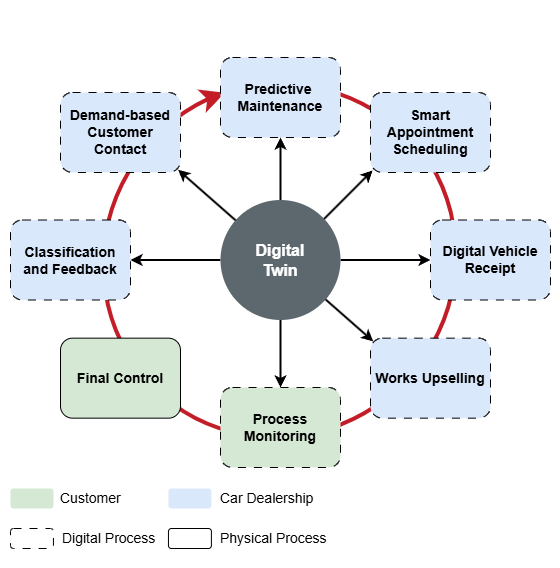
JoelRai07/Digital-Twins-and-PdM keeps this draw.io diagram as pictures/Lifecycle Aftersales future.png. Above is the earlier version. Source tidied: cells renumbered, new cells last; positions are measured from the earlier drawing's top-left corner, leaving out a move shared by most shapes.
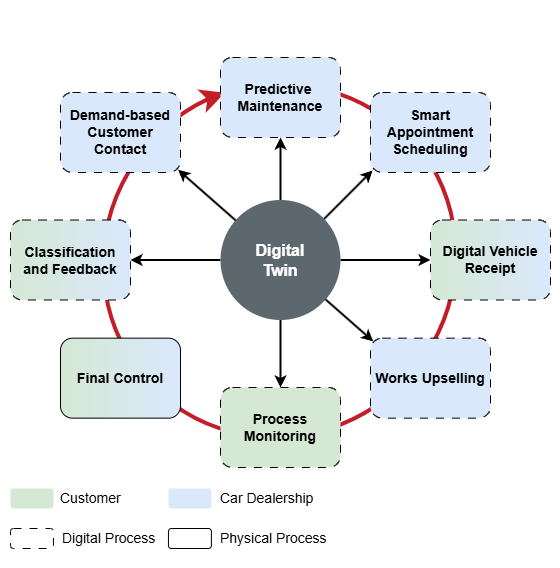
Later version of the same file.

Diff of the diagram source:
```diff
@@ -20,22 +20,22 @@
     <mxCell id="7" value="&lt;span style=&quot;font-size: 14px;&quot;&gt;&lt;b&gt;Smart Appointment Scheduling&lt;/b&gt;&lt;/span&gt;" style="rounded=1;whiteSpace=wrap;html=1;strokeColor=light-dark(#000000, #5c79a3);fillColor=#dae8fc;dashed=1;dashPattern=8 8;" parent="1" vertex="1">
       <mxGeometry x="370" y="45" width="120" height="80" as="geometry" />
     </mxCell>
-    <mxCell id="8" value="&lt;span style=&quot;font-size: 14px;&quot;&gt;&lt;b&gt;Digital Vehicle Receipt&lt;/b&gt;&lt;/span&gt;" style="rounded=1;whiteSpace=wrap;html=1;strokeColor=light-dark(#000000, #5c79a3);fillColor=#dae8fc;dashed=1;dashPattern=8 8;" parent="1" vertex="1">
+    <mxCell id="8" value="&lt;span style=&quot;font-size: 14px;&quot;&gt;&lt;b&gt;Digital Vehicle Receipt&lt;/b&gt;&lt;/span&gt;" style="rounded=1;whiteSpace=wrap;html=1;strokeColor=light-dark(#000000, #5c79a3);fillColor=#dae8fc;dashed=1;dashPattern=8 8;gradientColor=#D5E8D4;gradientDirection=west;" parent="1" vertex="1">
       <mxGeometry x="430" y="172.5" width="120" height="80" as="geometry" />
     </mxCell>
     <mxCell id="9" value="&lt;b&gt;&lt;font style=&quot;font-size: 14px;&quot;&gt;Works Upselling&lt;/font&gt;&lt;/b&gt;" style="rounded=1;whiteSpace=wrap;html=1;strokeColor=#000000;fillColor=#dae8fc;dashed=1;dashPattern=8 8;" parent="1" vertex="1">
       <mxGeometry x="370" y="290.7" width="120" height="80" as="geometry" />
     </mxCell>
-    <mxCell id="10" value="&lt;b&gt;&lt;font style=&quot;font-size: 14px;&quot;&gt;Process Monitoring&lt;/font&gt;&lt;/b&gt;" style="rounded=1;whiteSpace=wrap;html=1;strokeColor=#000000;fillColor=#d5e8d4;dashed=1;dashPattern=8 8;" parent="1" vertex="1">
+    <mxCell id="10" value="&lt;b&gt;&lt;font style=&quot;font-size: 14px;&quot;&gt;Process Monitoring&lt;/font&gt;&lt;/b&gt;" style="rounded=1;whiteSpace=wrap;html=1;strokeColor=#000000;fillColor=#d5e8d4;dashed=1;dashPattern=8 8;gradientColor=none;gradientDirection=west;" parent="1" vertex="1">
       <mxGeometry x="220" y="340" width="120" height="80" as="geometry" />
     </mxCell>
-    <mxCell id="11" value="&lt;span style=&quot;font-size: 14px;&quot;&gt;&lt;b&gt;Final Control&lt;/b&gt;&lt;/span&gt;" style="rounded=1;whiteSpace=wrap;html=1;strokeColor=light-dark(#000000, #446e2c);fillColor=#d5e8d4;" parent="1" vertex="1">
+    <mxCell id="11" value="&lt;span style=&quot;font-size: 14px;&quot;&gt;&lt;b&gt;Final Control&lt;/b&gt;&lt;/span&gt;" style="rounded=1;whiteSpace=wrap;html=1;strokeColor=#000000;fillColor=#dae8fc;gradientDirection=west;gradientColor=#D5E8D4;" parent="1" vertex="1">
       <mxGeometry x="60" y="290.7" width="120" height="80" as="geometry" />
     </mxCell>
     <mxCell id="12" value="&lt;b&gt;&lt;font style=&quot;font-size: 14px;&quot;&gt;Demand-based Customer Contact&lt;/font&gt;&lt;/b&gt;" style="rounded=1;whiteSpace=wrap;html=1;strokeColor=#000000;fillColor=#dae8fc;dashed=1;dashPattern=8 8;" parent="1" vertex="1">
       <mxGeometry x="60" y="45" width="120" height="80" as="geometry" />
     </mxCell>
-    <mxCell id="13" value="&lt;b&gt;&lt;font style=&quot;font-size: 14px;&quot;&gt;Classification and Feedback&lt;/font&gt;&lt;/b&gt;" style="rounded=1;whiteSpace=wrap;html=1;strokeColor=#000000;fillColor=#dae8fc;dashed=1;dashPattern=8 8;" parent="1" vertex="1">
+    <mxCell id="13" value="&lt;b&gt;&lt;font style=&quot;font-size: 14px;&quot;&gt;Classification and Feedback&lt;/font&gt;&lt;/b&gt;" style="rounded=1;whiteSpace=wrap;html=1;strokeColor=#000000;fillColor=#dae8fc;dashed=1;dashPattern=8 8;gradientColor=#D5E8D4;gradientDirection=west;" parent="1" vertex="1">
       <mxGeometry x="10" y="172.5" width="120" height="80" as="geometry" />
     </mxCell>
     <mxCell id="14" style="endArrow=classic;html=1;strokeWidth=2;rounded=0;exitX=0.5;exitY=0;exitDx=0;exitDy=0;entryX=0.5;entryY=1;entryDx=0;entryDy=0;startArrow=classic;startFill=1;endFill=1;" parent="1" edge="1" source="10" target="6">
```
